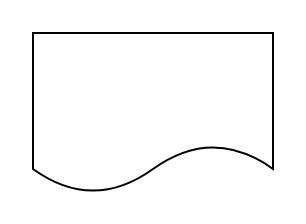
Before: EAAI.drawio in KaysenWB/Drawing-Showcase, a draw.io diagram. Source tidied: cells renumbered, new cells numbered last; positions are measured from the earlier drawing's top-left corner, leaving out a move shared by most shapes. Both pictures are drawn from the tidied source at 200%, with x=0, y=0 at pixel (32, 32).
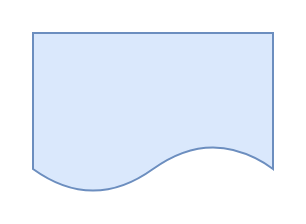
After the change.

The edit, as a diff of the source:
```diff
@@
 <mxGraphModel>
   <root>
     <mxCell id="0" />
     <mxCell id="1" parent="0" />
-    <mxCell id="2" style="shape=document;whiteSpace=wrap;html=1;boundedLbl=1;" parent="1" vertex="1">
+    <mxCell id="2" style="shape=document;whiteSpace=wrap;html=1;boundedLbl=1;fillColor=#dae8fc;strokeColor=#6c8ebf;" parent="1" vertex="1">
       <mxGeometry width="120" height="80" as="geometry" />
     </mxCell>
   </root>
 </mxGraphModel>
```
